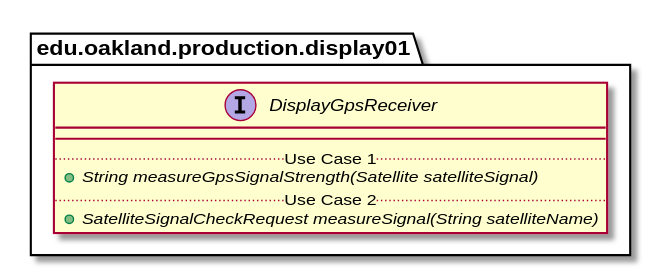
Above: docs/uml-class-diagrams/display01/production/DisplayGpsReceiver/DisplayGpsReceiver_DirectDependencies.svg in andrewdimmer/csi-3370-software-project (PlantUML), before the change.
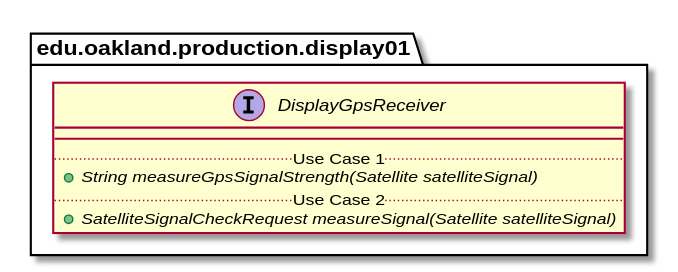
Later version of the same file.

The edit, as a diff of the source:
```diff
@@ -7,7 +7,7 @@
         .. Use Case 1 ..
         {abstract} + String measureGpsSignalStrength(Satellite satelliteSignal)
         .. Use Case 2 ..
-        {abstract} + SatelliteSignalCheckRequest measureSignal(String satelliteName)
+        {abstract} + SatelliteSignalCheckRequest measureSignal(Satellite satelliteSignal)
     }
 }
 
```
